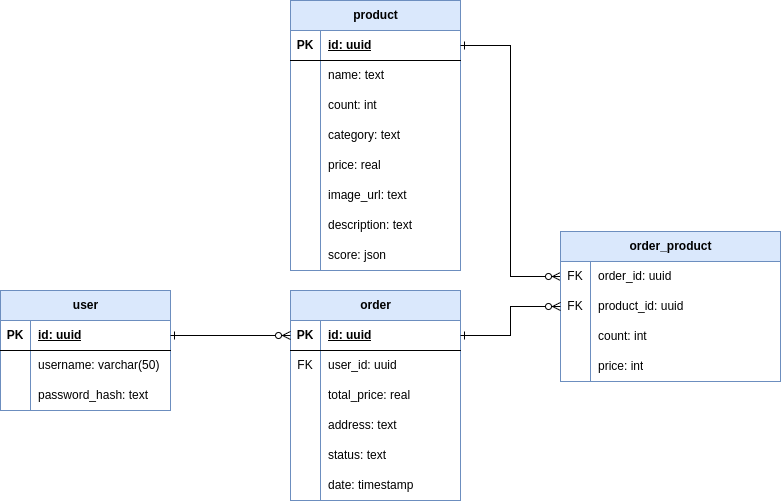
Before: erd.png, a diagram exported from draw.io (Jduun/food-delivery-service). Source tidied: cells renumbered, new cells last; positions are measured from the earlier drawing's top-left corner, leaving out a move shared by most shapes.
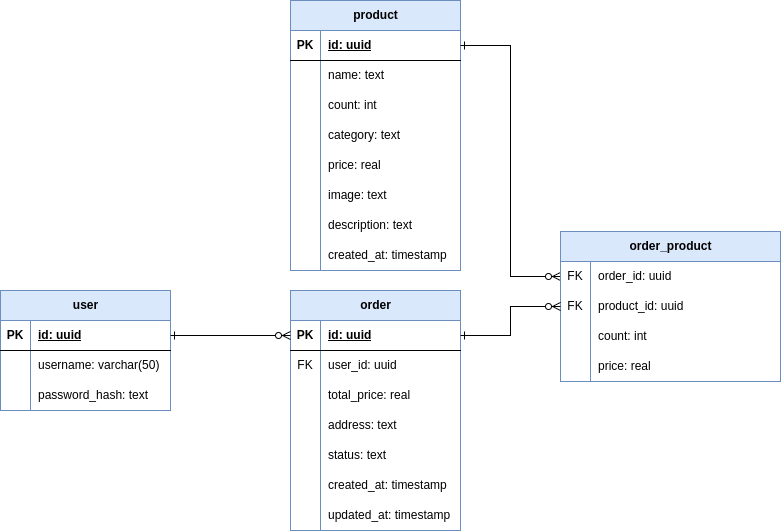
The same file after the commit.

What changed in the source:
```diff
@@ -86,7 +86,7 @@
     <mxCell id="29" style="shape=partialRectangle;fillColor=none;top=0;left=0;bottom=0;right=0;overflow=hidden;whiteSpace=wrap;html=1;" parent="28" vertex="1">
       <mxGeometry width="30" height="30" as="geometry" />
     </mxCell>
-    <mxCell id="30" value="image_url: text" style="shape=partialRectangle;fillColor=none;top=0;left=0;bottom=0;right=0;align=left;spacingLeft=6;overflow=hidden;whiteSpace=wrap;html=1;" parent="28" vertex="1">
+    <mxCell id="30" value="image: text" style="shape=partialRectangle;fillColor=none;top=0;left=0;bottom=0;right=0;align=left;spacingLeft=6;overflow=hidden;whiteSpace=wrap;html=1;" parent="28" vertex="1">
       <mxGeometry x="30" width="140" height="30" as="geometry" />
     </mxCell>
     <mxCell id="31" style="shape=tableRow;horizontal=0;startSize=0;swimlaneHead=0;swimlaneBody=0;fillColor=none;top=0;left=0;right=0;bottom=0;" parent="12" vertex="1">
@@ -104,11 +104,11 @@
     <mxCell id="35" style="shape=partialRectangle;fillColor=none;top=0;left=0;bottom=0;right=0;overflow=hidden;whiteSpace=wrap;html=1;" parent="34" vertex="1">
       <mxGeometry width="30" height="30" as="geometry" />
     </mxCell>
-    <mxCell id="36" value="score: json" style="shape=partialRectangle;fillColor=none;top=0;left=0;bottom=0;right=0;align=left;spacingLeft=6;overflow=hidden;whiteSpace=wrap;html=1;" parent="34" vertex="1">
+    <mxCell id="36" value="created_at: timestamp" style="shape=partialRectangle;fillColor=none;top=0;left=0;bottom=0;right=0;align=left;spacingLeft=6;overflow=hidden;whiteSpace=wrap;html=1;" parent="34" vertex="1">
       <mxGeometry x="30" width="140" height="30" as="geometry" />
     </mxCell>
     <mxCell id="37" value="order" style="shape=table;startSize=30;rowLines=0;fontStyle=1;align=center;html=1;fillColor=#dae8fc;strokeColor=#6c8ebf;" parent="1" vertex="1">
-      <mxGeometry x="290" y="290" width="170" height="210" as="geometry" />
+      <mxGeometry x="290" y="290" width="170" height="240" as="geometry" />
     </mxCell>
     <mxCell id="38" style="shape=tableRow;horizontal=0;startSize=0;swimlaneHead=0;swimlaneBody=0;fillColor=none;points=[[0,0.5],[1,0.5]];portConstraint=eastwest;top=0;left=0;right=0;bottom=1;" parent="37" vertex="1">
       <mxGeometry y="30" width="170" height="30" as="geometry" />
@@ -161,9 +161,18 @@
     <mxCell id="54" style="shape=partialRectangle;fillColor=none;top=0;left=0;bottom=0;right=0;overflow=hidden;whiteSpace=wrap;html=1;" parent="53" vertex="1">
       <mxGeometry width="30" height="30" as="geometry" />
     </mxCell>
-    <mxCell id="55" value="date: timestamp" style="shape=partialRectangle;fillColor=none;top=0;left=0;bottom=0;right=0;align=left;spacingLeft=6;overflow=hidden;whiteSpace=wrap;html=1;" parent="53" vertex="1">
+    <mxCell id="55" value="created_at: timestamp" style="shape=partialRectangle;fillColor=none;top=0;left=0;bottom=0;right=0;align=left;spacingLeft=6;overflow=hidden;whiteSpace=wrap;html=1;" parent="53" vertex="1">
       <mxGeometry x="30" width="140" height="30" as="geometry" />
     </mxCell>
+    <mxCell id="72" style="shape=tableRow;horizontal=0;startSize=0;swimlaneHead=0;swimlaneBody=0;fillColor=none;top=0;left=0;right=0;bottom=0;" parent="37" vertex="1">
+      <mxGeometry y="210" width="170" height="30" as="geometry" />
+    </mxCell>
+    <mxCell id="73" style="shape=partialRectangle;fillColor=none;top=0;left=0;bottom=0;right=0;overflow=hidden;whiteSpace=wrap;html=1;" parent="72" vertex="1">
+      <mxGeometry width="30" height="30" as="geometry" />
+    </mxCell>
+    <mxCell id="74" value="updated_at: timestamp" style="shape=partialRectangle;fillColor=none;top=0;left=0;bottom=0;right=0;align=left;spacingLeft=6;overflow=hidden;whiteSpace=wrap;html=1;" parent="72" vertex="1">
+      <mxGeometry x="30" width="140" height="30" as="geometry" />
+    </mxCell>
     <mxCell id="56" style="edgeStyle=orthogonalEdgeStyle;rounded=0;jettySize=auto;html=1;entryX=0;entryY=0.5;entryDx=0;entryDy=0;endArrow=ERzeroToMany;endFill=0;startArrow=ERone;startFill=0;exitX=1;exitY=0.5;exitDx=0;exitDy=0;" parent="1" edge="1" source="3" target="38">
       <mxGeometry relative="1" as="geometry">
         <Array as="points">
@@ -216,7 +225,7 @@
     <mxCell id="69" style="shape=partialRectangle;fillColor=none;top=0;left=0;bottom=0;right=0;overflow=hidden;whiteSpace=wrap;html=1;" parent="68" vertex="1">
       <mxGeometry width="30" height="30" as="geometry" />
     </mxCell>
-    <mxCell id="70" value="price: int" style="shape=partialRectangle;fillColor=none;top=0;left=0;bottom=0;right=0;align=left;spacingLeft=6;overflow=hidden;whiteSpace=wrap;html=1;" parent="68" vertex="1">
+    <mxCell id="70" value="price: real" style="shape=partialRectangle;fillColor=none;top=0;left=0;bottom=0;right=0;align=left;spacingLeft=6;overflow=hidden;whiteSpace=wrap;html=1;" parent="68" vertex="1">
       <mxGeometry x="30" width="190" height="30" as="geometry" />
     </mxCell>
     <mxCell id="71" style="edgeStyle=orthogonalEdgeStyle;rounded=0;jettySize=auto;html=1;entryX=0;entryY=0.5;entryDx=0;entryDy=0;endArrow=ERzeroToMany;endFill=0;startArrow=ERone;startFill=0;exitX=1;exitY=0.5;exitDx=0;exitDy=0;" parent="1" edge="1" source="38" target="62">
```
